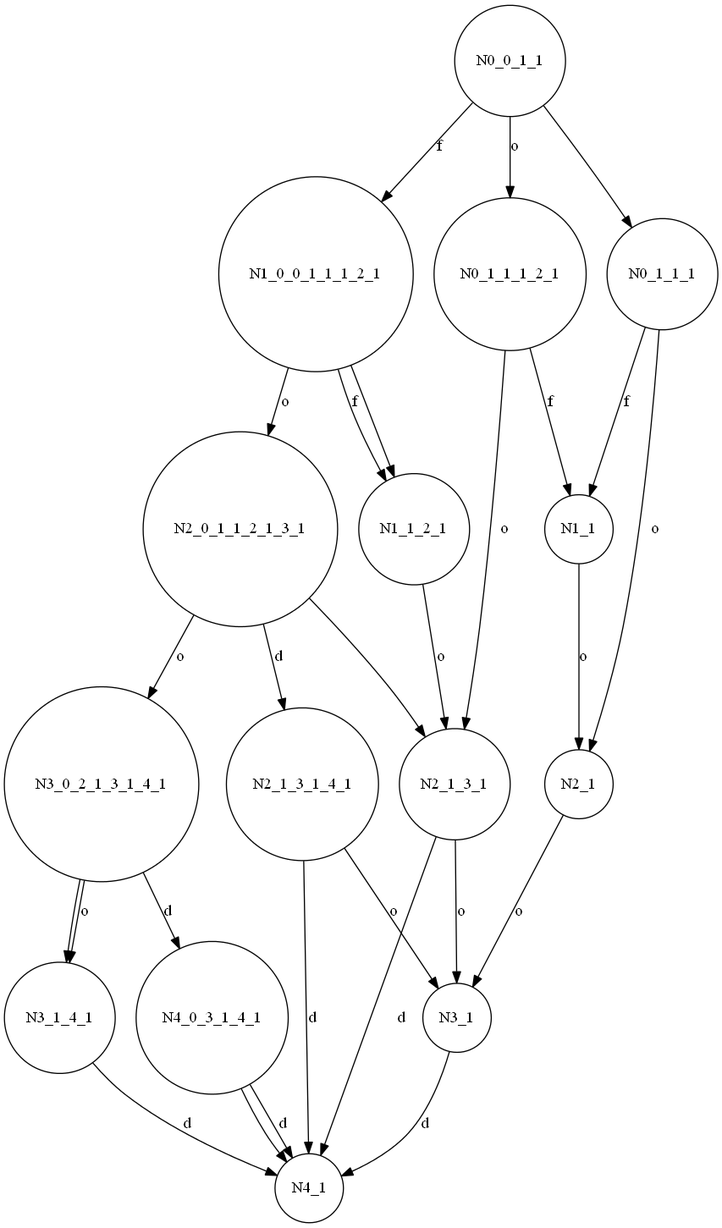
Above: SearchAlgorithms.Test/dfa.dot.png in isabella232/SearchAlgorithms (Graphviz), before the change. Its source is kept beside it as SearchAlgorithms.Test/dfa.dot. The source it was exported from:
```dot
digraph dfa {
node [shape = circle];
N0_0_1_1 -> N0_1_1_1;
N1_0_0_1_1_1_2_1 -> N1_1_2_1;
N2_0_1_1_2_1_3_1 -> N2_1_3_1;
N3_0_2_1_3_1_4_1 -> N3_1_4_1;
N4_0_3_1_4_1 -> N4_1;
N0_0_1_1 -> N1_0_0_1_1_1_2_1 [ label = "f" ];
N0_0_1_1 -> N0_1_1_1_2_1 [ label = "o" ];
N0_1_1_1_2_1 -> N1_1 [ label = "f" ];
N0_1_1_1_2_1 -> N2_1_3_1 [ label = "o" ];
N2_1_3_1 -> N3_1 [ label = "o" ];
N2_1_3_1 -> N4_1 [ label = "d" ];
N3_1 -> N4_1 [ label = "d" ];
N1_1 -> N2_1 [ label = "o" ];
N2_1 -> N3_1 [ label = "o" ];
N0_1_1_1 -> N1_1 [ label = "f" ];
N0_1_1_1 -> N2_1 [ label = "o" ];
N1_0_0_1_1_1_2_1 -> N2_0_1_1_2_1_3_1 [ label = "o" ];
N1_0_0_1_1_1_2_1 -> N1_1_2_1 [ label = "f" ];
N1_1_2_1 -> N2_1_3_1 [ label = "o" ];
N2_0_1_1_2_1_3_1 -> N3_0_2_1_3_1_4_1 [ label = "o" ];
N2_0_1_1_2_1_3_1 -> N2_1_3_1_4_1 [ label = "d" ];
N2_1_3_1_4_1 -> N3_1 [ label = "o" ];
N2_1_3_1_4_1 -> N4_1 [ label = "d" ];
N3_0_2_1_3_1_4_1 -> N4_0_3_1_4_1 [ label = "d" ];
N3_0_2_1_3_1_4_1 -> N3_1_4_1 [ label = "o" ];
N3_1_4_1 -> N4_1 [ label = "d" ];
N4_0_3_1_4_1 -> N4_1 [ label = "d" ];
}
```
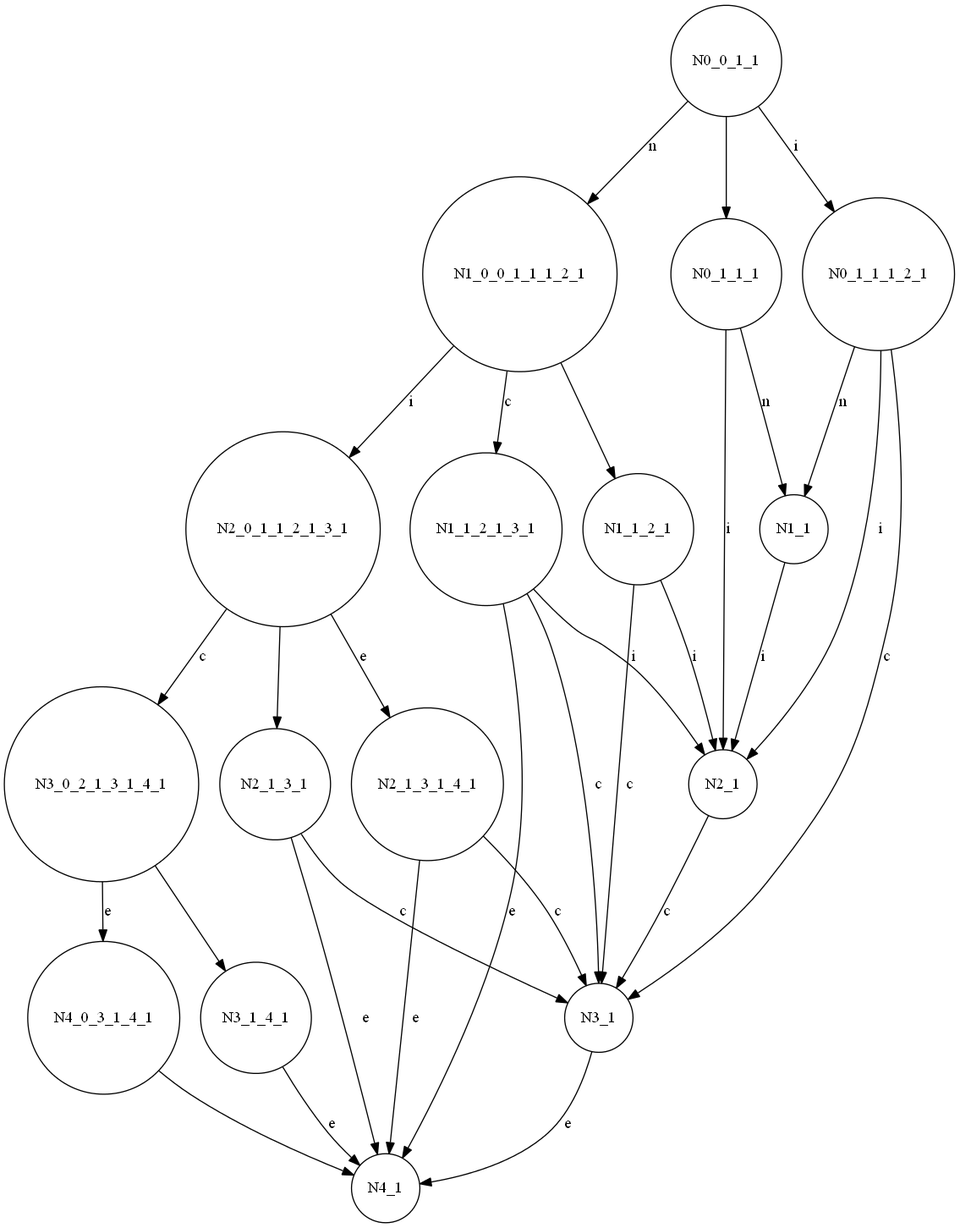
After the change.

Diff of the diagram source:
```diff
@@ -5,26 +5,29 @@
 N2_0_1_1_2_1_3_1 -> N2_1_3_1;
 N3_0_2_1_3_1_4_1 -> N3_1_4_1;
 N4_0_3_1_4_1 -> N4_1;
-N0_0_1_1 -> N1_0_0_1_1_1_2_1 [ label = "f" ];
-N0_0_1_1 -> N0_1_1_1_2_1 [ label = "o" ];
-N0_1_1_1_2_1 -> N1_1 [ label = "f" ];
-N0_1_1_1_2_1 -> N2_1_3_1 [ label = "o" ];
-N2_1_3_1 -> N3_1 [ label = "o" ];
-N2_1_3_1 -> N4_1 [ label = "d" ];
-N3_1 -> N4_1 [ label = "d" ];
-N1_1 -> N2_1 [ label = "o" ];
-N2_1 -> N3_1 [ label = "o" ];
-N0_1_1_1 -> N1_1 [ label = "f" ];
-N0_1_1_1 -> N2_1 [ label = "o" ];
-N1_0_0_1_1_1_2_1 -> N2_0_1_1_2_1_3_1 [ label = "o" ];
-N1_0_0_1_1_1_2_1 -> N1_1_2_1 [ label = "f" ];
-N1_1_2_1 -> N2_1_3_1 [ label = "o" ];
-N2_0_1_1_2_1_3_1 -> N3_0_2_1_3_1_4_1 [ label = "o" ];
-N2_0_1_1_2_1_3_1 -> N2_1_3_1_4_1 [ label = "d" ];
-N2_1_3_1_4_1 -> N3_1 [ label = "o" ];
-N2_1_3_1_4_1 -> N4_1 [ label = "d" ];
-N3_0_2_1_3_1_4_1 -> N4_0_3_1_4_1 [ label = "d" ];
-N3_0_2_1_3_1_4_1 -> N3_1_4_1 [ label = "o" ];
-N3_1_4_1 -> N4_1 [ label = "d" ];
-N4_0_3_1_4_1 -> N4_1 [ label = "d" ];
+N0_0_1_1 -> N1_0_0_1_1_1_2_1 [ label = "n" ];
+N0_0_1_1 -> N0_1_1_1_2_1 [ label = "i" ];
+N0_1_1_1_2_1 -> N1_1 [ label = "n" ];
+N0_1_1_1_2_1 -> N2_1 [ label = "i" ];
+N0_1_1_1_2_1 -> N3_1 [ label = "c" ];
+N3_1 -> N4_1 [ label = "e" ];
+N2_1 -> N3_1 [ label = "c" ];
+N1_1 -> N2_1 [ label = "i" ];
+N0_1_1_1 -> N1_1 [ label = "n" ];
+N0_1_1_1 -> N2_1 [ label = "i" ];
+N1_0_0_1_1_1_2_1 -> N2_0_1_1_2_1_3_1 [ label = "i" ];
+N1_0_0_1_1_1_2_1 -> N1_1_2_1_3_1 [ label = "c" ];
+N1_1_2_1_3_1 -> N2_1 [ label = "i" ];
+N1_1_2_1_3_1 -> N3_1 [ label = "c" ];
+N1_1_2_1_3_1 -> N4_1 [ label = "e" ];
+N1_1_2_1 -> N2_1 [ label = "i" ];
+N1_1_2_1 -> N3_1 [ label = "c" ];
+N2_0_1_1_2_1_3_1 -> N3_0_2_1_3_1_4_1 [ label = "c" ];
+N2_0_1_1_2_1_3_1 -> N2_1_3_1_4_1 [ label = "e" ];
+N2_1_3_1_4_1 -> N3_1 [ label = "c" ];
+N2_1_3_1_4_1 -> N4_1 [ label = "e" ];
+N2_1_3_1 -> N3_1 [ label = "c" ];
+N2_1_3_1 -> N4_1 [ label = "e" ];
+N3_0_2_1_3_1_4_1 -> N4_0_3_1_4_1 [ label = "e" ];
+N3_1_4_1 -> N4_1 [ label = "e" ];
 }
```
